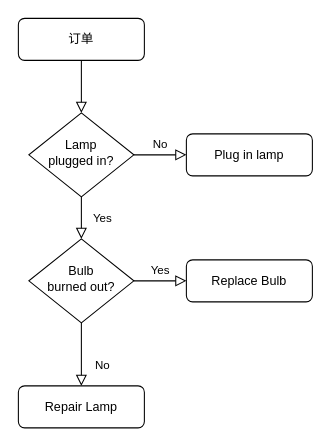
Above: Untitled Diagram.drawio in germsyg/draw (draw.io), before the change. Source tidied: cells renumbered, new cells numbered last; positions are measured from the earlier drawing's top-left corner, leaving out a move shared by most shapes. Both pictures are drawn from the tidied source at 105%, with x=0, y=0 at pixel (18, 18).
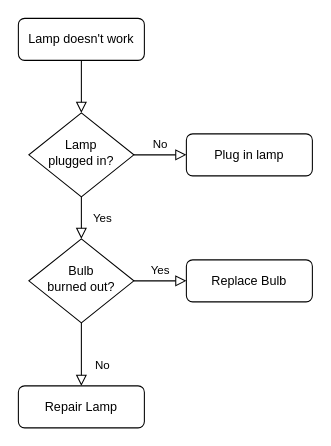
The same page after the edit.

Diff of the diagram source:
```diff
@@
 <mxGraphModel>
   <root>
     <mxCell id="0" />
     <mxCell id="1" parent="0" />
     <mxCell id="2" style="rounded=0;html=1;jettySize=auto;fontSize=11;endArrow=block;endFill=0;endSize=8;strokeWidth=1;shadow=0;labelBackgroundColor=none;edgeStyle=orthogonalEdgeStyle;" parent="1" edge="1" source="3" target="6">
       <mxGeometry relative="1" as="geometry" />
     </mxCell>
-    <mxCell id="3" value="订单" style="rounded=1;whiteSpace=wrap;html=1;fontSize=12;glass=0;strokeWidth=1;shadow=0;" parent="1" vertex="1">
+    <mxCell id="3" value="Lamp doesn't work" style="rounded=1;whiteSpace=wrap;html=1;fontSize=12;glass=0;strokeWidth=1;shadow=0;" parent="1" vertex="1">
       <mxGeometry width="120" height="40" as="geometry" />
     </mxCell>
     <mxCell id="4" value="Yes" style="rounded=0;html=1;jettySize=auto;fontSize=11;endArrow=block;endFill=0;endSize=8;strokeWidth=1;shadow=0;labelBackgroundColor=none;edgeStyle=orthogonalEdgeStyle;" parent="1" edge="1" source="6" target="10">
       <mxGeometry y="20" relative="1" as="geometry" />
     </mxCell>
     <mxCell id="5" value="No" style="edgeStyle=orthogonalEdgeStyle;rounded=0;html=1;jettySize=auto;fontSize=11;endArrow=block;endFill=0;endSize=8;strokeWidth=1;shadow=0;labelBackgroundColor=none;" parent="1" edge="1" source="6" target="7">
       <mxGeometry y="10" relative="1" as="geometry" />
     </mxCell>
     <mxCell id="6" value="Lamp&lt;br&gt;plugged in?" style="rhombus;whiteSpace=wrap;html=1;shadow=0;fontFamily=Helvetica;fontSize=12;align=center;strokeWidth=1;spacing=6;spacingTop=-4;" parent="1" vertex="1">
       <mxGeometry x="10" y="90" width="100" height="80" as="geometry" />
     </mxCell>
     <mxCell id="7" value="Plug in lamp" style="rounded=1;whiteSpace=wrap;html=1;fontSize=12;glass=0;strokeWidth=1;shadow=0;" parent="1" vertex="1">
       <mxGeometry x="160" y="110" width="120" height="40" as="geometry" />
     </mxCell>
     <mxCell id="8" value="No" style="rounded=0;html=1;jettySize=auto;fontSize=11;endArrow=block;endFill=0;endSize=8;strokeWidth=1;shadow=0;labelBackgroundColor=none;edgeStyle=orthogonalEdgeStyle;" parent="1" edge="1" source="10" target="11">
       <mxGeometry x="0.33" y="20" relative="1" as="geometry" />
     </mxCell>
     <mxCell id="9" value="Yes" style="edgeStyle=orthogonalEdgeStyle;rounded=0;html=1;jettySize=auto;fontSize=11;endArrow=block;endFill=0;endSize=8;strokeWidth=1;shadow=0;labelBackgroundColor=none;" parent="1" edge="1" source="10" target="12">
       <mxGeometry y="10" relative="1" as="geometry" />
     </mxCell>
     <mxCell id="10" value="Bulb&lt;br&gt;burned out?" style="rhombus;whiteSpace=wrap;html=1;shadow=0;fontFamily=Helvetica;fontSize=12;align=center;strokeWidth=1;spacing=6;spacingTop=-4;" parent="1" vertex="1">
       <mxGeometry x="10" y="210" width="100" height="80" as="geometry" />
     </mxCell>
     <mxCell id="11" value="Repair Lamp" style="rounded=1;whiteSpace=wrap;html=1;fontSize=12;glass=0;strokeWidth=1;shadow=0;" parent="1" vertex="1">
       <mxGeometry y="350" width="120" height="40" as="geometry" />
     </mxCell>
     <mxCell id="12" value="Replace Bulb" style="rounded=1;whiteSpace=wrap;html=1;fontSize=12;glass=0;strokeWidth=1;shadow=0;" parent="1" vertex="1">
       <mxGeometry x="160" y="230" width="120" height="40" as="geometry" />
     </mxCell>
   </root>
 </mxGraphModel>
```
